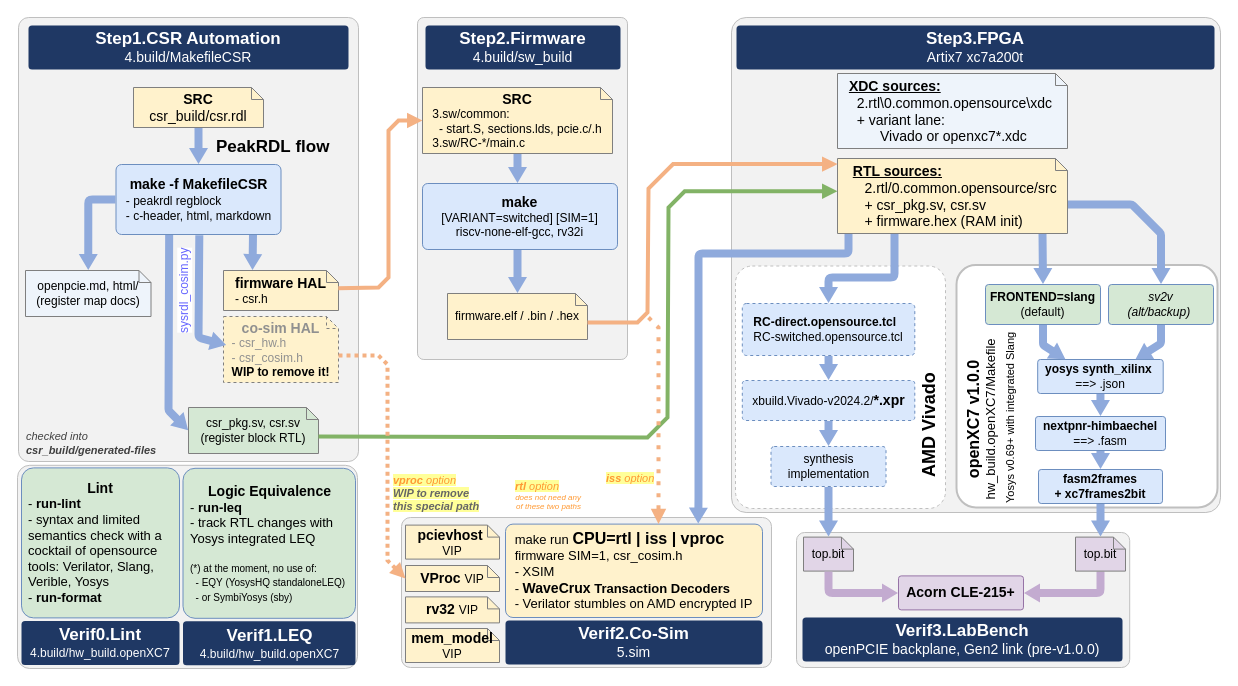
The draw.io diagram 0.doc/4.build/build-flow.drawio in chili-chips-ba/openPCIE, before the edit. Source tidied: cells renumbered, new cells numbered last; positions are measured from the earlier drawing's top-left corner, leaving out a move shared by most shapes. Both pictures are drawn from the tidied source at 100%, with x=0, y=0 at pixel (17, 17).
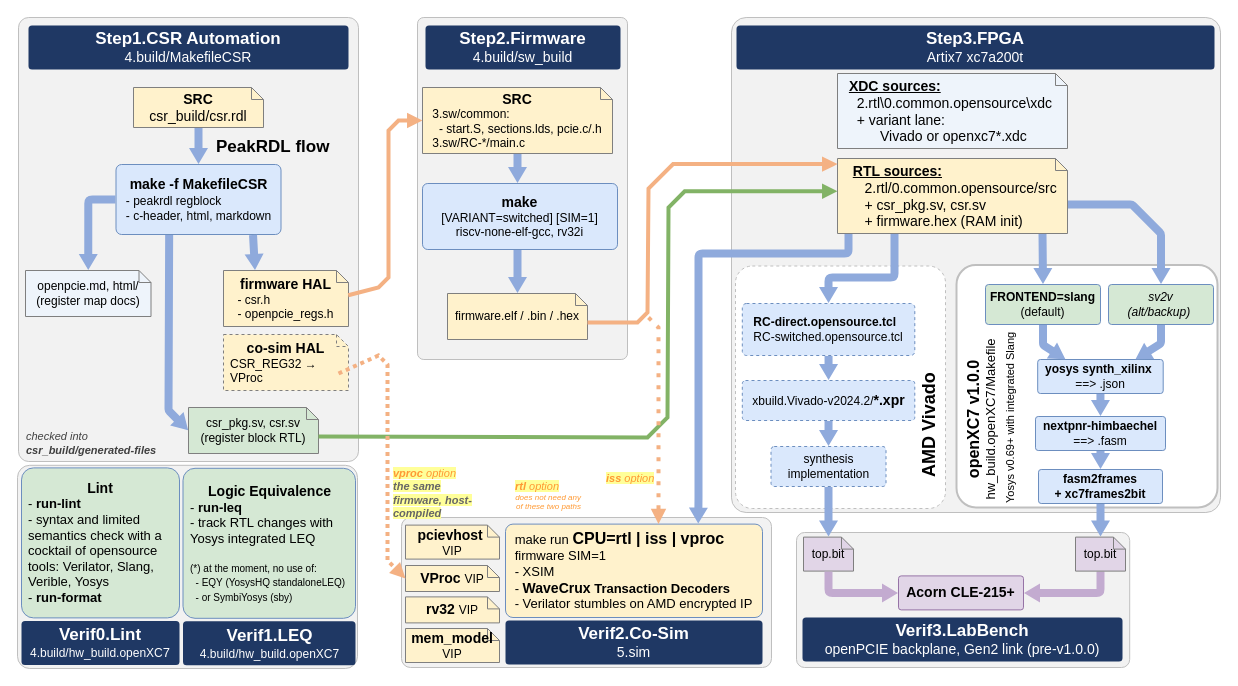
The same page after the edit.

Unchanged cells that the change refers to:
```xml
<mxCell id="7" value="&lt;font style=&quot;font-size: 14px;&quot;&gt;&lt;b style=&quot;&quot;&gt;make -f MakefileCSR&lt;/b&gt;&lt;br&gt;&lt;div style=&quot;text-align: left;&quot;&gt;&lt;span style=&quot;background-color: transparent; color: light-dark(rgb(0, 0, 0), rgb(237, 237, 237)); font-size: 12px;&quot;&gt;- peakrdl regblock&lt;/span&gt;&lt;/div&gt;&lt;/font&gt;&lt;div&gt;&lt;div style=&quot;text-align: left;&quot;&gt;&lt;span style=&quot;background-color: transparent; color: light-dark(rgb(0, 0, 0), rgb(237, 237, 237));&quot;&gt;- c-header, html, markdown&lt;/span&gt;&lt;/div&gt;&lt;/div&gt;" style="rounded=1;whiteSpace=wrap;html=1;arcSize=8;fillColor=#dae8fc;strokeColor=#6c8ebf;fontColor=#000000;fontSize=12;fontStyle=0;align=center;verticalAlign=middle;spacingLeft=6;spacingRight=6;points=[[0,0,1,0,0],[0,0.25,1,0,0],[0,0.5,1,0,0],[0,0.75,1,0,0],[0,1,1,0,0],[0.193939,1,0,0,0],[0.25,0,1,0,0],[0.322222,1,0,0,0],[0.5,0,1,0,0],[0.75,0,1,0,0],[0.830303,1,0,0,0],[1,0,1,0,0],[1,0.25,1,0,0],[1,0.5,1,0,0],[1,0.75,1,0,0],[1,1,1,0,0]];" parent="1" vertex="1">
  <mxGeometry x="98.5" y="147" width="165" height="70" as="geometry" />
</mxCell>
```

Diff of the diagram source:
```diff
@@
-    <mxCell id="10" value="&lt;div&gt;&lt;b style=&quot;background-color: transparent; color: light-dark(rgb(0, 0, 0), rgb(237, 237, 237));&quot;&gt;&lt;font style=&quot;font-size: 14px;&quot;&gt;firmware HAL&lt;/font&gt;&lt;/b&gt;&lt;/div&gt;&lt;div style=&quot;text-align: left;&quot;&gt;&lt;span style=&quot;background-color: transparent; color: light-dark(rgb(0, 0, 0), rgb(237, 237, 237));&quot;&gt;- csr.h&lt;/span&gt;&lt;/div&gt;" style="rounded=0;whiteSpace=wrap;html=1;arcSize=8;fillColor=#fff2cc;strokeColor=#7f7f7f;fontColor=#000000;fontSize=12;fontStyle=0;align=center;verticalAlign=middle;spacingLeft=6;spacingRight=6;shape=note;size=12;points=[[0,0,0,0,0],[0,0,0,103,0],[0,0,0,109,6],[0,0,0,115,12],[0,0.5,0,0,0],[0,1,0,0,0],[0.252174,0,0,0,0],[0.5,0,0,0,0],[0.5,1,0,0,0],[1,0.5,0,0,0],[1,1,0,0,0]];" parent="1" vertex="1">
-      <mxGeometry x="206" y="253" width="115" height="40" as="geometry" />
+    <mxCell id="10" value="&lt;div&gt;&lt;b style=&quot;background-color: transparent; color: light-dark(rgb(0, 0, 0), rgb(237, 237, 237));&quot;&gt;&lt;font style=&quot;font-size: 14px;&quot;&gt;firmware HAL&lt;/font&gt;&lt;/b&gt;&lt;/div&gt;&lt;div style=&quot;text-align: left;&quot;&gt;&lt;span style=&quot;background-color: transparent; color: light-dark(rgb(0, 0, 0), rgb(237, 237, 237));&quot;&gt;- csr.h&lt;/span&gt;&lt;/div&gt;&lt;div style=&quot;text-align: left;&quot;&gt;&lt;span style=&quot;background-color: transparent; color: light-dark(rgb(0, 0, 0), rgb(237, 237, 237));&quot;&gt;- openpcie_regs.h&lt;/span&gt;&lt;/div&gt;" style="rounded=0;whiteSpace=wrap;html=1;arcSize=8;fillColor=#fff2cc;strokeColor=#7f7f7f;fontColor=#000000;fontSize=12;fontStyle=0;align=center;verticalAlign=middle;spacingLeft=6;spacingRight=6;shape=note;size=12;points=[[0,0,0,0,0],[0,0,0,103,0],[0,0,0,109,6],[0,0,0,115,12],[0,0.5,0,0,0],[0,1,0,0,0],[0.252174,0,0,0,0],[0.5,0,0,0,0],[0.5,1,0,0,0],[1,0.5,0,0,0],[1,1,0,0,0]];" parent="1" vertex="1">
+      <mxGeometry x="206" y="253" width="125" height="56" as="geometry" />
     </mxCell>
@@
-    <mxCell id="49" value="&lt;div style=&quot;text-align: left;&quot;&gt;&lt;span style=&quot;background-color: transparent; color: light-dark(rgb(0, 0, 0), rgb(237, 237, 237));&quot;&gt;&lt;font style=&quot;&quot;&gt;&lt;span style=&quot;font-size: 13px;&quot;&gt;make run &lt;/span&gt;&lt;b style=&quot;&quot;&gt;&lt;font style=&quot;font-size: 16px;&quot;&gt;CPU=rtl | iss | vproc&lt;/font&gt;&lt;/b&gt;&lt;/font&gt;&lt;/span&gt;&lt;/div&gt;&lt;div style=&quot;text-align: left;&quot;&gt;&lt;span style=&quot;background-color: transparent; color: light-dark(rgb(0, 0, 0), rgb(237, 237, 237));&quot;&gt;&lt;font style=&quot;font-size: 13px;&quot;&gt;firmware SIM=1, csr_cosim.h&lt;/font&gt;&lt;/span&gt;&lt;/div&gt;&lt;div style=&quot;text-align: left;&quot;&gt;&lt;span style=&quot;font-size: 13px; background-color: transparent; color: light-dark(rgb(0, 0, 0), rgb(237, 237, 237));&quot;&gt;- XSIM&lt;/span&gt;&lt;/div&gt;&lt;div style=&quot;text-align: left;&quot;&gt;&lt;span style=&quot;background-color: transparent; color: light-dark(rgb(0, 0, 0), rgb(237, 237, 237));&quot;&gt;&lt;font style=&quot;&quot;&gt;&lt;span style=&quot;font-size: 13px;&quot;&gt;-&amp;nbsp;&lt;/span&gt;&lt;b style=&quot;&quot;&gt;&lt;font style=&quot;font-size: 14px;&quot;&gt;WaveCrux&lt;/font&gt;&lt;span style=&quot;font-size: 13px;&quot;&gt; Transaction Decoders&lt;/span&gt;&lt;/b&gt;&lt;/font&gt;&lt;/span&gt;&lt;/div&gt;&lt;div style=&quot;text-align: left;&quot;&gt;&lt;span style=&quot;font-size: 13px;&quot;&gt;- Verilator stumbles on AMD encrypted IP&lt;/span&gt;&lt;/div&gt;" style="rounded=1;whiteSpace=wrap;html=1;arcSize=8;fillColor=#fff2cc;strokeColor=#6c8ebf;fontColor=#000000;fontSize=12;fontStyle=0;align=center;verticalAlign=middle;spacingLeft=6;spacingRight=6;points=[[0,0,1,0,0],[0,0.25,1,0,0],[0,0.5,1,0,0],[0,0.75,1,0,0],[0,1,1,0,0],[0.217899,0,0,0,0],[0.25,1,1,0,0],[0.5,1,1,0,0],[0.595331,0,0,0,0],[0.75,0,1,0,0],[0.75,1,1,0,0],[1,0,1,0,0],[1,0.25,1,0,0],[1,0.5,1,0,0],[1,0.75,1,0,0],[1,1,1,0,0]];" parent="1" vertex="1">
+    <mxCell id="49" value="&lt;div style=&quot;text-align: left;&quot;&gt;&lt;span style=&quot;background-color: transparent; color: light-dark(rgb(0, 0, 0), rgb(237, 237, 237));&quot;&gt;&lt;font style=&quot;&quot;&gt;&lt;span style=&quot;font-size: 13px;&quot;&gt;make run &lt;/span&gt;&lt;b style=&quot;&quot;&gt;&lt;font style=&quot;font-size: 16px;&quot;&gt;CPU=rtl | iss | vproc&lt;/font&gt;&lt;/b&gt;&lt;/font&gt;&lt;/span&gt;&lt;/div&gt;&lt;div style=&quot;text-align: left;&quot;&gt;&lt;span style=&quot;background-color: transparent; color: light-dark(rgb(0, 0, 0), rgb(237, 237, 237));&quot;&gt;&lt;font style=&quot;font-size: 13px;&quot;&gt;firmware SIM=1&lt;/font&gt;&lt;/span&gt;&lt;/div&gt;&lt;div style=&quot;text-align: left;&quot;&gt;&lt;span style=&quot;font-size: 13px; background-color: transparent; color: light-dark(rgb(0, 0, 0), rgb(237, 237, 237));&quot;&gt;- XSIM&lt;/span&gt;&lt;/div&gt;&lt;div style=&quot;text-align: left;&quot;&gt;&lt;span style=&quot;background-color: transparent; color: light-dark(rgb(0, 0, 0), rgb(237, 237, 237));&quot;&gt;&lt;font style=&quot;&quot;&gt;&lt;span style=&quot;font-size: 13px;&quot;&gt;-&amp;nbsp;&lt;/span&gt;&lt;b style=&quot;&quot;&gt;&lt;font style=&quot;font-size: 14px;&quot;&gt;WaveCrux&lt;/font&gt;&lt;span style=&quot;font-size: 13px;&quot;&gt; Transaction Decoders&lt;/span&gt;&lt;/b&gt;&lt;/font&gt;&lt;/span&gt;&lt;/div&gt;&lt;div style=&quot;text-align: left;&quot;&gt;&lt;span style=&quot;font-size: 13px;&quot;&gt;- Verilator stumbles on AMD encrypted IP&lt;/span&gt;&lt;/div&gt;" style="rounded=1;whiteSpace=wrap;html=1;arcSize=8;fillColor=#fff2cc;strokeColor=#6c8ebf;fontColor=#000000;fontSize=12;fontStyle=0;align=center;verticalAlign=middle;spacingLeft=6;spacingRight=6;points=[[0,0,1,0,0],[0,0.25,1,0,0],[0,0.5,1,0,0],[0,0.75,1,0,0],[0,1,1,0,0],[0.217899,0,0,0,0],[0.25,1,1,0,0],[0.5,1,1,0,0],[0.595331,0,0,0,0],[0.75,0,1,0,0],[0.75,1,1,0,0],[1,0,1,0,0],[1,0.25,1,0,0],[1,0.5,1,0,0],[1,0.75,1,0,0],[1,1,1,0,0]];" parent="1" vertex="1">
       <mxGeometry x="488" y="506.6" width="257" height="93.4" as="geometry" />
     </mxCell>
@@
-    <mxCell id="55" value="&lt;div&gt;&lt;b style=&quot;background-color: transparent;&quot;&gt;&lt;font style=&quot;font-size: 14px; color: light-dark(rgb(144, 144, 144), rgb(237, 237, 237));&quot;&gt;co-sim HAL&lt;/font&gt;&lt;/b&gt;&lt;/div&gt;&lt;div style=&quot;text-align: left;&quot;&gt;&lt;span style=&quot;background-color: transparent; color: light-dark(rgb(144, 144, 144), rgb(237, 237, 237));&quot;&gt;- csr_hw.h&lt;/span&gt;&lt;/div&gt;&lt;div style=&quot;text-align: left;&quot;&gt;&lt;span style=&quot;color: light-dark(rgb(144, 144, 144), rgb(237, 237, 237));&quot;&gt;- csr_cosim.h&lt;/span&gt;&lt;br&gt;&lt;/div&gt;&lt;div style=&quot;text-align: left;&quot;&gt;&lt;b&gt;WIP to remove it!&lt;/b&gt;&lt;/div&gt;" style="rounded=0;whiteSpace=wrap;html=1;arcSize=8;fillColor=#fff2cc;strokeColor=#7f7f7f;fontColor=#000000;fontSize=12;fontStyle=0;align=center;verticalAlign=middle;spacingLeft=6;spacingRight=6;shape=note;size=12;dashed=1;" parent="1" vertex="1">
-      <mxGeometry x="206" y="299" width="115" height="66" as="geometry" />
+    <mxCell id="55" value="&lt;div&gt;&lt;b&gt;&lt;font style=&quot;font-size: 14px;&quot;&gt;co-sim HAL&lt;/font&gt;&lt;/b&gt;&lt;/div&gt;&lt;div style=&quot;text-align: left;&quot;&gt;CSR_REG32 → VProc&lt;/div&gt;" style="rounded=0;whiteSpace=wrap;html=1;arcSize=8;fillColor=#fff2cc;strokeColor=#7f7f7f;fontColor=#000000;fontSize=12;fontStyle=0;align=center;verticalAlign=middle;spacingLeft=6;spacingRight=6;shape=note;size=12;dashed=1;" parent="1" vertex="1">
+      <mxGeometry x="206" y="317" width="125" height="56" as="geometry" />
     </mxCell>
-    <mxCell id="56" style="shape=flexArrow;html=1;endArrow=block;endSize=5;startArrow=none;startSize=5;width=8;endWidth=10;startWidth=10;fillColor=#8faadc;strokeColor=none;fontColor=#ffffff;fontSize=13;fontStyle=1;exitX=0.505;exitY=1.003;exitDx=0;exitDy=0;entryX=0.027;entryY=0.435;entryDx=0;entryDy=0;entryPerimeter=0;exitPerimeter=0;" parent="1" edge="1" source="7" target="55">
-      <mxGeometry x="-0.33" relative="1" as="geometry">
-        <Array as="points">
-          <mxPoint x="181" y="320" />
-        </Array>
-      </mxGeometry>
-    </mxCell>
-    <mxCell id="57" value="&lt;div&gt;&lt;span style=&quot;font-size: 12px; text-align: left; white-space: normal; color: light-dark(rgb(102, 102, 255), rgb(255, 255, 255));&quot;&gt;sysrdl_cosim.py&lt;/span&gt;&lt;/div&gt;" style="edgeLabel;html=1;align=center;verticalAlign=middle;rotation=-90;" parent="56" vertex="1">
-      <mxGeometry x="-0.37" y="1" relative="1" as="geometry">
-        <mxPoint x="-16" y="15" as="offset" />
-      </mxGeometry>
-    </mxCell>
@@
-    <mxCell id="61" value="&lt;span style=&quot;background-color: rgb(255, 255, 153);&quot;&gt;&lt;b&gt;vproc&lt;/b&gt; option&lt;/span&gt;&lt;div&gt;&lt;span style=&quot;background-color: rgb(255, 255, 153); color: rgb(102, 102, 102);&quot;&gt;&lt;b&gt;WIP to remove this special path&lt;/b&gt;&lt;/span&gt;&lt;/div&gt;" style="rounded=0;whiteSpace=wrap;html=1;arcSize=8;fillColor=none;strokeColor=none;fontColor=#FF9933;fontSize=11;fontStyle=2;align=left;verticalAlign=middle;spacingLeft=6;spacingRight=6;" parent="1" vertex="1">
+    <mxCell id="61" value="&lt;span style=&quot;background-color: rgb(255, 255, 153);&quot;&gt;&lt;b&gt;vproc&lt;/b&gt; option&lt;/span&gt;&lt;div&gt;&lt;span style=&quot;background-color: rgb(255, 255, 153); color: rgb(102, 102, 102);&quot;&gt;&lt;b&gt;the same firmware, host-compiled&lt;/b&gt;&lt;/span&gt;&lt;/div&gt;" style="rounded=0;whiteSpace=wrap;html=1;arcSize=8;fillColor=none;strokeColor=none;fontColor=#FF9933;fontSize=11;fontStyle=2;align=left;verticalAlign=middle;spacingLeft=6;spacingRight=6;" parent="1" vertex="1">
       <mxGeometry x="368" y="466" width="105" height="20" as="geometry" />
     </mxCell>
```
